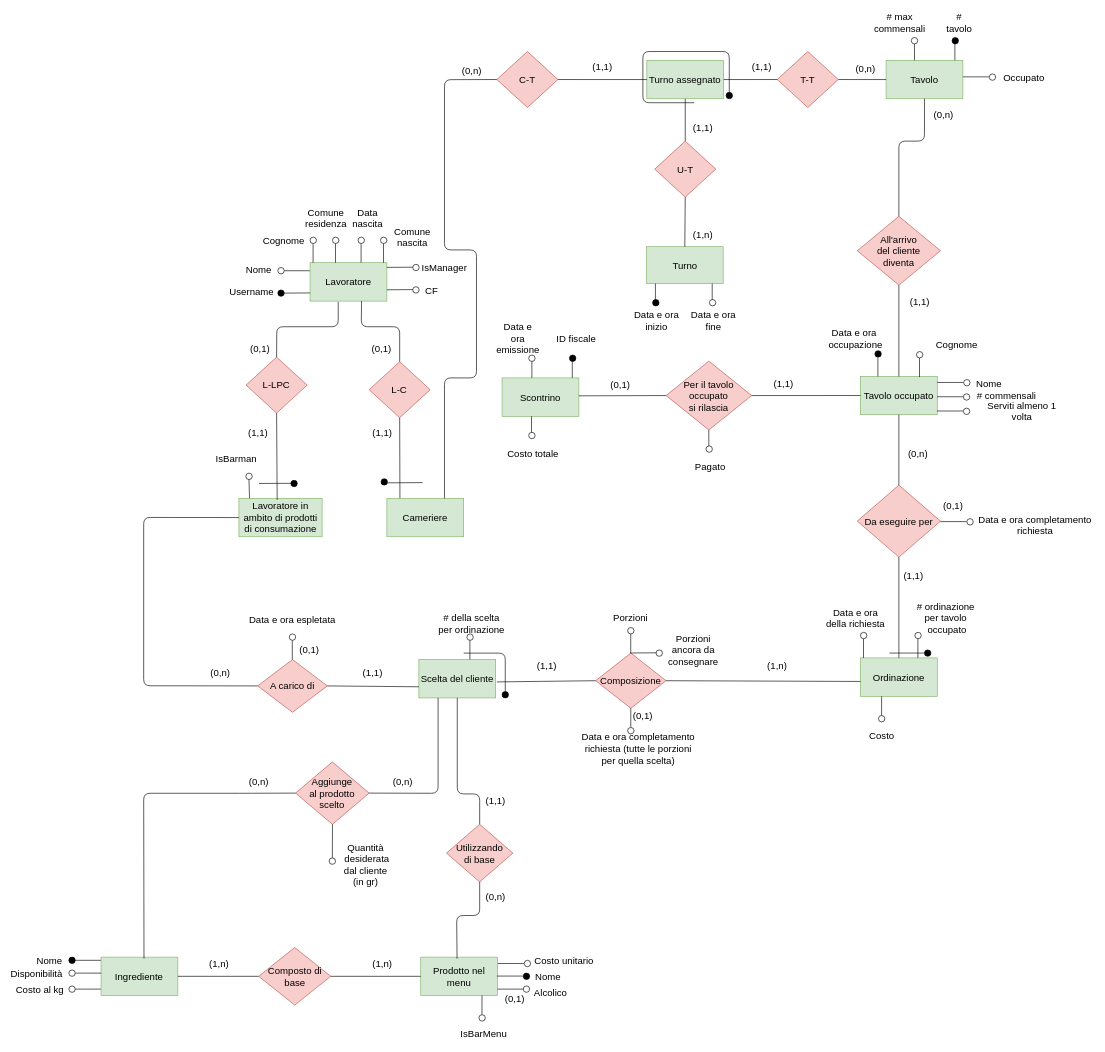
StefanoBelli/pizzeria keeps this draw.io diagram as RERD/RERD_EditableDiagram.drawio. Above is the earlier version. Source tidied: cells renumbered, new cells numbered last; positions are measured from the earlier drawing's top-left corner, leaving out a move shared by most shapes. Both pictures are drawn from the tidied source at 64%, with x=0, y=0 at pixel (11, 16).
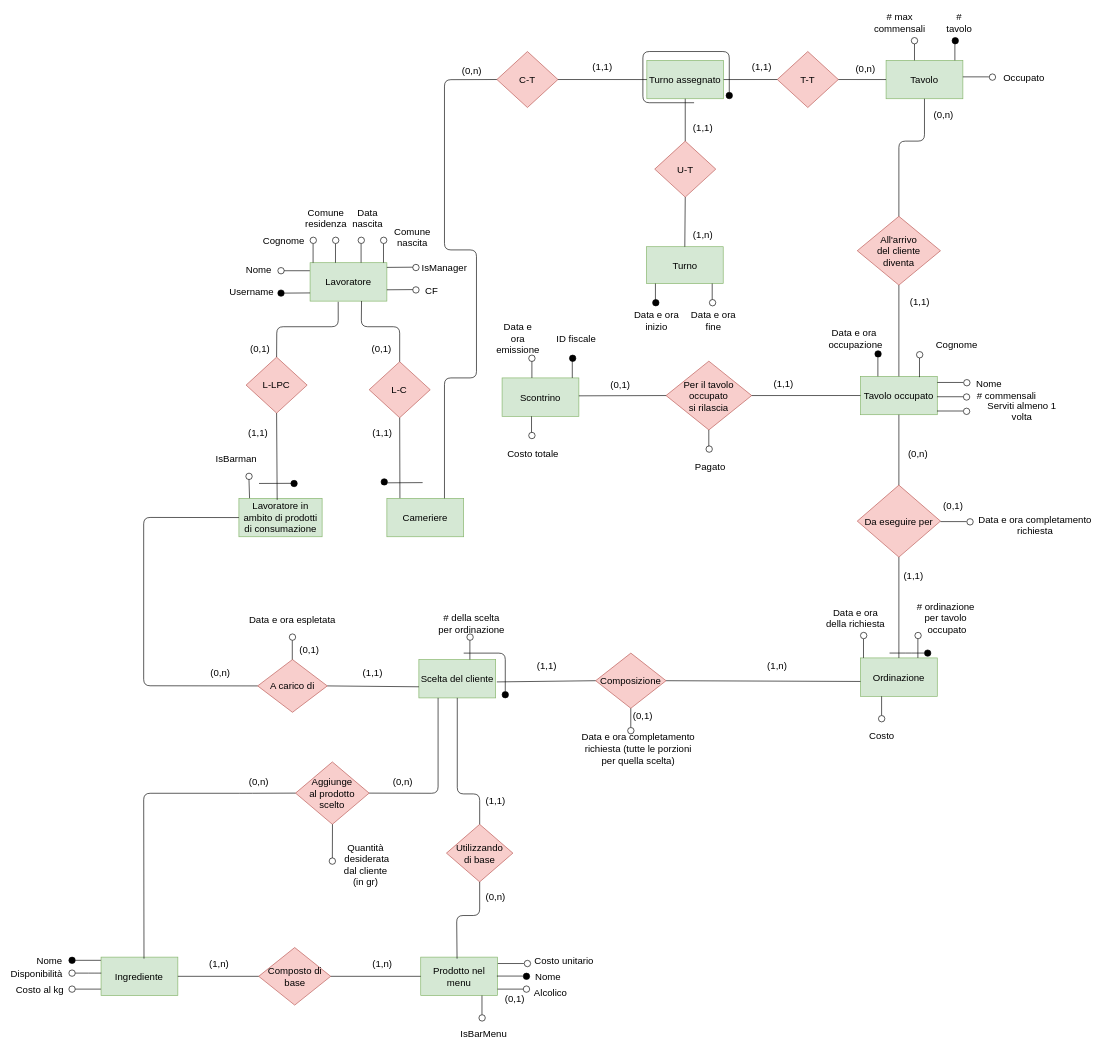
The same page after the edit.

Change to the diagram source:
```diff
@@
-    <mxCell id="47" style="endArrow=none;html=1;fillColor=#000000;fontSize=15;" parent="1" edge="1">
-      <mxGeometry relative="1" as="geometry">
-        <mxPoint x="968" y="995" as="sourcePoint" />
-        <mxPoint x="968" y="965" as="targetPoint" />
-      </mxGeometry>
-    </mxCell>
-    <mxCell id="48" style="ellipse;whiteSpace=wrap;html=1;fontSize=15;" parent="1" vertex="1">
-      <mxGeometry x="963.2" y="955" width="10" height="10" as="geometry" />
-    </mxCell>
-    <mxCell id="49" value="Porzioni" style="text;html=1;strokeColor=none;fillColor=none;align=center;verticalAlign=middle;whiteSpace=wrap;rounded=0;fontSize=15;" parent="1" vertex="1">
-      <mxGeometry x="948.2" y="930" width="40" height="20" as="geometry" />
-    </mxCell>
@@
-    <mxCell id="219" style="ellipse;whiteSpace=wrap;html=1;fontSize=15;" parent="1" vertex="1">
-      <mxGeometry x="1007.6" y="990" width="10" height="10" as="geometry" />
-    </mxCell>
-    <mxCell id="220" value="Porzioni&lt;br&gt;ancora da&lt;br&gt;consegnare" style="text;html=1;strokeColor=none;fillColor=none;align=center;verticalAlign=middle;whiteSpace=wrap;rounded=0;fontSize=15;" parent="1" vertex="1">
-      <mxGeometry x="1007.6" y="980" width="116.1" height="20" as="geometry" />
-    </mxCell>
-    <mxCell id="221" style="endArrow=none;html=1;fillColor=#000000;entryX=1;entryY=0.5;entryDx=0;entryDy=0;exitX=0.003;exitY=0.828;exitDx=0;exitDy=0;exitPerimeter=0;fontSize=15;" parent="1" edge="1">
-      <mxGeometry relative="1" as="geometry">
-        <mxPoint x="1007.6" y="994.5" as="sourcePoint" />
-        <mxPoint x="967.2" y="994.8" as="targetPoint" />
-      </mxGeometry>
-    </mxCell>
```
